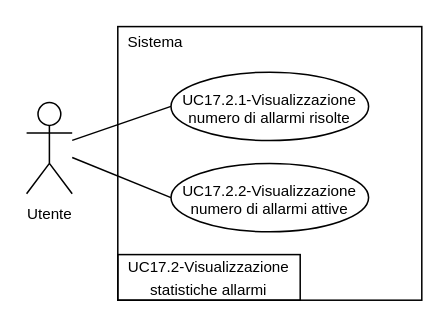
Above: 2-RTB/Documenti_esterni/Analisi_dei_requisiti/draw.io/UC17.2i.drawio in SnakeByteTeam/snakebyteteam.github.io (draw.io), before the change. Source tidied: cells renumbered, new cells numbered last; positions are measured from the earlier drawing's top-left corner, leaving out a move shared by most shapes. Both pictures are drawn from the tidied source at 152%, with x=0, y=0 at pixel (26, 26).
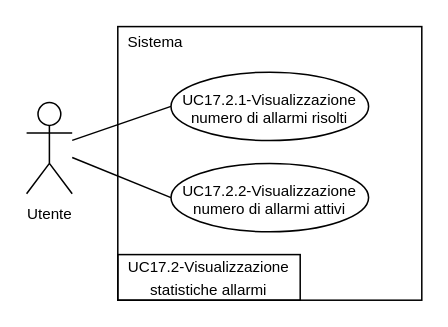
The same page after the edit.

The edit, as a diff of the source:
```diff
@@
 <mxGraphModel>
   <root>
     <mxCell id="0" />
     <mxCell id="1" parent="0" />
     <mxCell id="2" value="&lt;div style=&quot;line-height: 100%;&quot;&gt;&lt;div&gt;&lt;font style=&quot;font-size: 10px;&quot;&gt;Utente&lt;/font&gt;&lt;/div&gt;&lt;/div&gt;" style="shape=umlActor;verticalLabelPosition=bottom;verticalAlign=top;html=1;outlineConnect=0;" parent="1" vertex="1">
       <mxGeometry y="50" width="30" height="60" as="geometry" />
     </mxCell>
     <mxCell id="3" style="rounded=0;whiteSpace=wrap;html=1;" parent="1" vertex="1">
       <mxGeometry x="60" width="200" height="180" as="geometry" />
     </mxCell>
     <mxCell id="4" style="rounded=0;jettySize=auto;html=1;exitX=0;exitY=0.5;exitDx=0;exitDy=0;endArrow=none;endFill=0;" parent="1" edge="1" source="5" target="2">
       <mxGeometry relative="1" as="geometry" />
     </mxCell>
-    <mxCell id="5" value="&lt;div style=&quot;line-height: 100%;&quot;&gt;&lt;div&gt;&lt;font style=&quot;line-height: 100%; font-size: 10px;&quot;&gt;UC17.2.1-Visualizzazione numero di allarmi risolte&lt;/font&gt;&lt;/div&gt;&lt;/div&gt;" style="ellipse;whiteSpace=wrap;html=1;" parent="1" vertex="1">
+    <mxCell id="5" value="&lt;div style=&quot;line-height: 100%;&quot;&gt;&lt;div&gt;&lt;font style=&quot;line-height: 100%; font-size: 10px;&quot;&gt;UC17.2.1-Visualizzazione numero di allarmi risolti&lt;/font&gt;&lt;/div&gt;&lt;/div&gt;" style="ellipse;whiteSpace=wrap;html=1;" parent="1" vertex="1">
       <mxGeometry x="95" y="30" width="130" height="45" as="geometry" />
     </mxCell>
     <mxCell id="6" value="&lt;font style=&quot;font-size: 10px;&quot;&gt;Sistema&lt;/font&gt;" style="text;html=1;whiteSpace=wrap;align=center;verticalAlign=middle;rounded=0;" parent="1" vertex="1">
       <mxGeometry x="60" width="50" height="20" as="geometry" />
     </mxCell>
     <mxCell id="7" value="&lt;div align=&quot;center&quot;&gt;&lt;font style=&quot;font-size: 10px;&quot;&gt;UC17.2-Visualizzazione statistiche allarmi&lt;/font&gt;&lt;/div&gt;" style="text;html=1;whiteSpace=wrap;align=center;verticalAlign=middle;rounded=0;strokeColor=default;" parent="1" vertex="1">
       <mxGeometry x="60" y="150" width="120" height="30" as="geometry" />
     </mxCell>
-    <mxCell id="8" value="&lt;div style=&quot;line-height: 100%;&quot;&gt;&lt;div&gt;&lt;font style=&quot;line-height: 100%; font-size: 10px;&quot;&gt;UC17.2.2-Visualizzazione numero di allarmi attive&lt;/font&gt;&lt;/div&gt;&lt;/div&gt;" style="ellipse;whiteSpace=wrap;html=1;" parent="1" vertex="1">
+    <mxCell id="8" value="&lt;div style=&quot;line-height: 100%;&quot;&gt;&lt;div&gt;&lt;font style=&quot;line-height: 100%; font-size: 10px;&quot;&gt;UC17.2.2-Visualizzazione numero di allarmi attivi&lt;/font&gt;&lt;/div&gt;&lt;/div&gt;" style="ellipse;whiteSpace=wrap;html=1;" parent="1" vertex="1">
       <mxGeometry x="95" y="90" width="130" height="45" as="geometry" />
     </mxCell>
     <mxCell id="9" style="rounded=0;jettySize=auto;html=1;entryX=0;entryY=0.5;entryDx=0;entryDy=0;endArrow=none;endFill=0;" parent="1" edge="1" source="2" target="8">
       <mxGeometry relative="1" as="geometry" />
     </mxCell>
   </root>
 </mxGraphModel>
```
